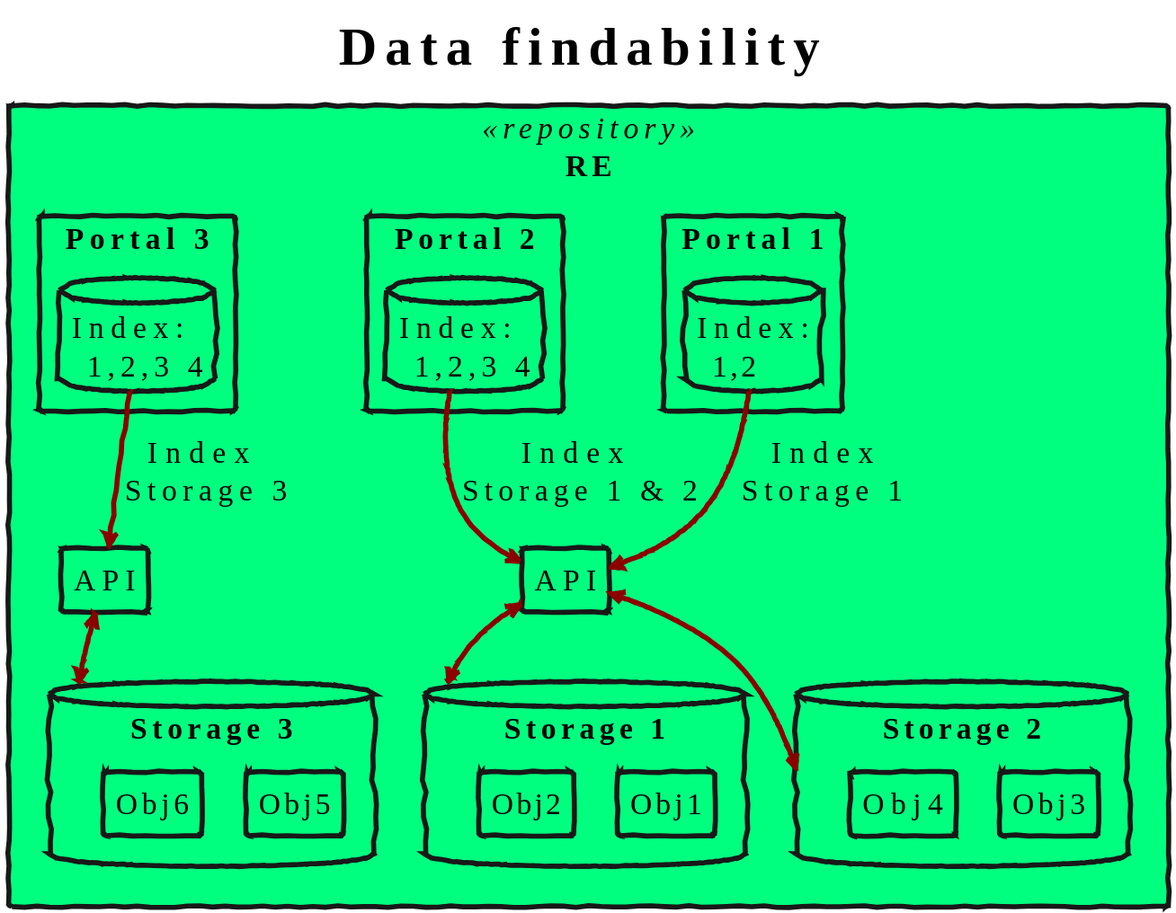
Earlier version of the PlantUML export generic/disovery-storage-stack.svg (Language-Research-Technology/plantuml-diagrams). The source it was exported from:
```plantuml
@startuml
!include_many ../data-management-style.txt
title: Data findability
rectangle "RE"  as arch <<repository>> {
    rectangle "Portal 1" as p1 {
        database "Index:\n 1,2" as i1
    }
    rectangle "Portal 2" as p2 {
        database "Index:\n 1,2,3 4" as i2
    }
     rectangle "Portal 3" as p3{
        database "Index:\n 1,2,3 4" as i3
    }
    rectangle "API" as api1
    rectangle "API" as api2
    database "Storage 1" as stor1 {
        rectangle "Obj1"
        rectangle "Obj2"
    }
     database "Storage 2" as stor2 {
        rectangle "Obj3"
        rectangle "Obj4"
    }
      database "Storage 3" as stor3 {
        rectangle "Obj5"
        rectangle "Obj6"
    }
}


api1 <-down-> stor1
api1 <-down-> stor2
api2 <-down-> stor3
i1 -down-> api1 : Index\nStorage 1
i2 -down-> api1 : Index \nStorage 1 & 2
i3 -down-> api2 : Index \nStorage 3
@enduml
```
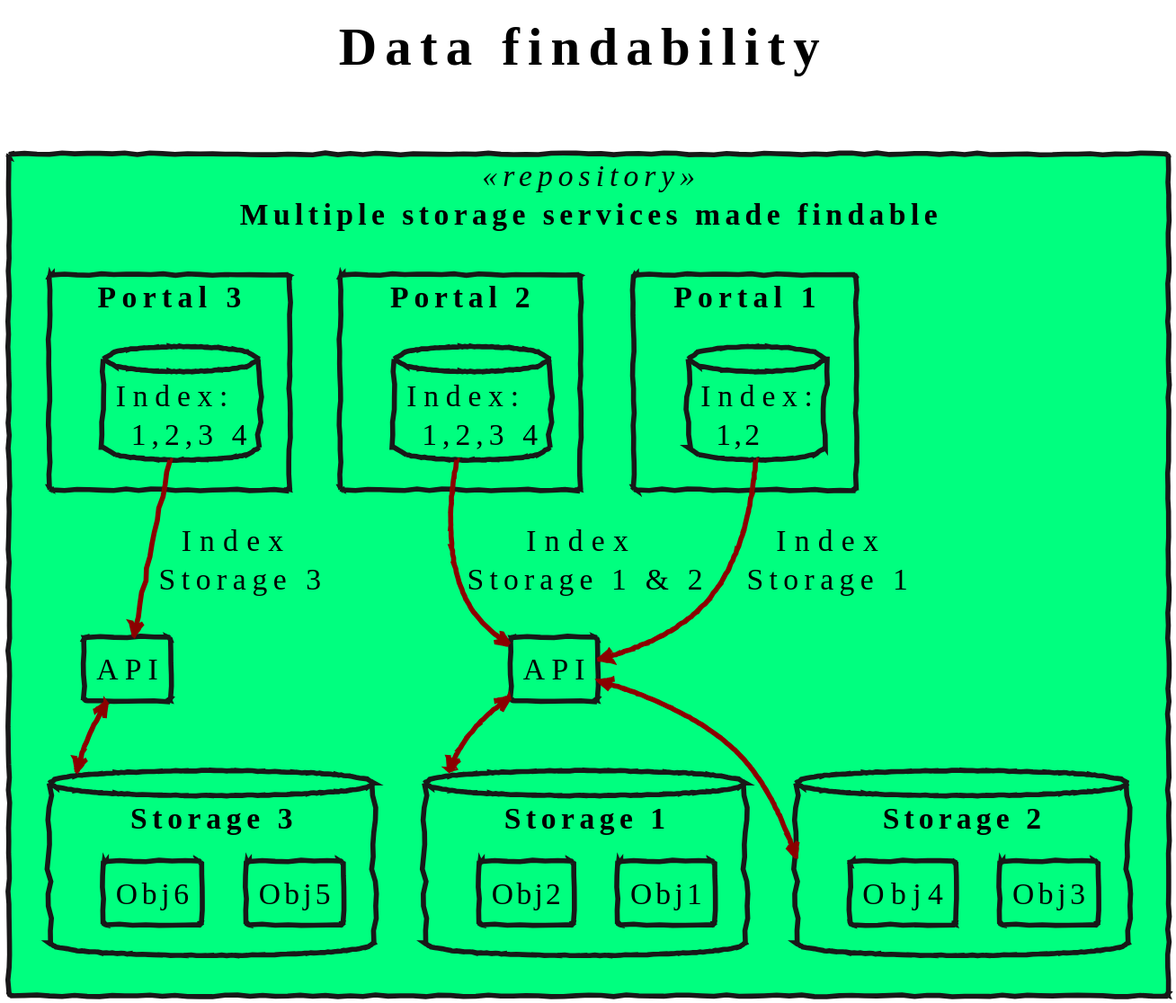
Above is the later version.

The edit, as a diff of the source:
```diff
@@ -1,7 +1,7 @@
 @startuml
 !include_many ../data-management-style.txt
 title: Data findability
-rectangle "RE"  as arch <<repository>> {
+rectangle "Multiple storage services made findable"  as arch <<repository>> {
     rectangle "Portal 1" as p1 {
         database "Index:\n 1,2" as i1
     }
@@ -26,7 +26,8 @@
         rectangle "Obj6"
     }
 }
-
+p1 -right[hidden]-> p2
+p2 -right[hidden]-> p3
 
 api1 <-down-> stor1
 api1 <-down-> stor2
```
